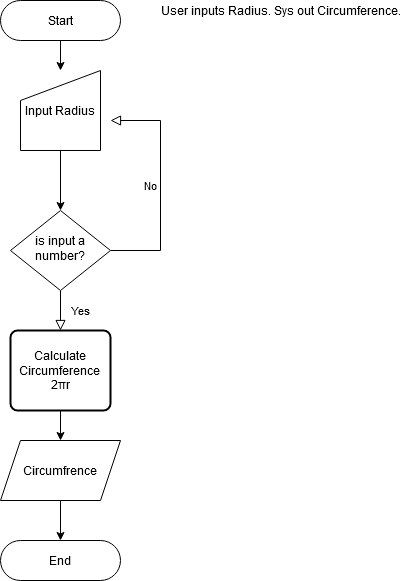
This is flowchart/Radius to circum flowchart.png from aeJ0E/Programming-Exercise-1, a draw.io export, as it was before one commit. Source tidied: cells renumbered, new cells last; positions are measured from the earlier drawing's top-left corner, leaving out a move shared by most shapes. Source of this version:
```xml
<mxGraphModel>
  <root>
    <mxCell id="0" />
    <mxCell id="1" parent="0" />
    <mxCell id="2" style="edgeStyle=orthogonalEdgeStyle;rounded=0;jettySize=auto;html=1;" parent="1" edge="1" source="3" target="10">
      <mxGeometry relative="1" as="geometry" />
    </mxCell>
    <mxCell id="3" value="Start" style="rounded=1;whiteSpace=wrap;html=1;fontSize=12;glass=0;strokeWidth=1;shadow=0;arcSize=50;" parent="1" vertex="1">
      <mxGeometry width="120" height="40" as="geometry" />
    </mxCell>
    <mxCell id="4" value="Yes" style="rounded=0;html=1;jettySize=auto;fontSize=11;endArrow=block;endFill=0;endSize=8;strokeWidth=1;shadow=0;labelBackgroundColor=none;edgeStyle=orthogonalEdgeStyle;" parent="1" edge="1" source="6">
      <mxGeometry y="20" relative="1" as="geometry">
        <mxPoint x="60" y="330" as="targetPoint" />
      </mxGeometry>
    </mxCell>
    <mxCell id="5" value="No" style="edgeStyle=orthogonalEdgeStyle;rounded=0;html=1;jettySize=auto;fontSize=11;endArrow=block;endFill=0;endSize=8;strokeWidth=1;shadow=0;labelBackgroundColor=none;" parent="1" edge="1" source="6">
      <mxGeometry y="10" relative="1" as="geometry">
        <mxPoint x="110" y="120" as="targetPoint" />
        <Array as="points">
          <mxPoint x="160" y="250" />
          <mxPoint x="160" y="120" />
        </Array>
      </mxGeometry>
    </mxCell>
    <mxCell id="6" value="is input a number?" style="rhombus;whiteSpace=wrap;html=1;shadow=0;fontFamily=Helvetica;fontSize=12;align=center;strokeWidth=1;spacing=6;spacingTop=-4;" parent="1" vertex="1">
      <mxGeometry x="10" y="210" width="100" height="80" as="geometry" />
    </mxCell>
    <mxCell id="7" value="User inputs Radius. Sys out Circumference. " style="text;html=1;align=center;verticalAlign=middle;" parent="1" vertex="1">
      <mxGeometry x="155" width="250" height="20" as="geometry" />
    </mxCell>
    <mxCell id="8" value="End" style="rounded=1;whiteSpace=wrap;html=1;fontSize=12;glass=0;strokeWidth=1;shadow=0;arcSize=50;" parent="1" vertex="1">
      <mxGeometry y="540" width="120" height="40" as="geometry" />
    </mxCell>
    <mxCell id="9" style="edgeStyle=orthogonalEdgeStyle;rounded=0;jettySize=auto;html=1;" parent="1" edge="1" source="10" target="6">
      <mxGeometry relative="1" as="geometry" />
    </mxCell>
    <mxCell id="10" value="Input Radius" style="shape=manualInput;whiteSpace=wrap;html=1;" parent="1" vertex="1">
      <mxGeometry x="20" y="70" width="80" height="80" as="geometry" />
    </mxCell>
    <mxCell id="11" style="edgeStyle=orthogonalEdgeStyle;rounded=0;jettySize=auto;html=1;" parent="1" edge="1" source="12" target="14">
      <mxGeometry relative="1" as="geometry" />
    </mxCell>
    <mxCell id="12" value="Calculate Circumference&lt;br&gt;2πr" style="rounded=1;whiteSpace=wrap;html=1;absoluteArcSize=1;arcSize=14;strokeWidth=2;" parent="1" vertex="1">
      <mxGeometry x="10" y="330" width="100" height="80" as="geometry" />
    </mxCell>
    <mxCell id="13" style="edgeStyle=orthogonalEdgeStyle;rounded=0;jettySize=auto;html=1;" parent="1" edge="1" source="14" target="8">
      <mxGeometry relative="1" as="geometry" />
    </mxCell>
    <mxCell id="14" value="Circumfrence" style="shape=parallelogram;perimeter=parallelogramPerimeter;whiteSpace=wrap;html=1;fixedSize=1;" parent="1" vertex="1">
      <mxGeometry y="440" width="120" height="60" as="geometry" />
    </mxCell>
  </root>
</mxGraphModel>
```
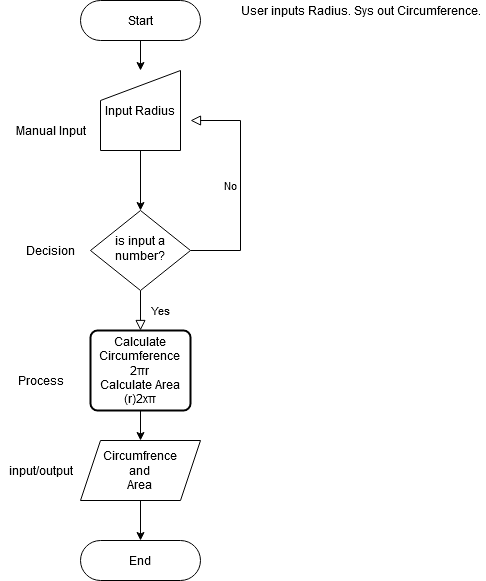
Above is the later version.

Diff of the diagram source:
```diff
@@ -40,14 +40,26 @@
     <mxCell id="11" style="edgeStyle=orthogonalEdgeStyle;rounded=0;jettySize=auto;html=1;" parent="1" edge="1" source="12" target="14">
       <mxGeometry relative="1" as="geometry" />
     </mxCell>
-    <mxCell id="12" value="Calculate Circumference&lt;br&gt;2πr" style="rounded=1;whiteSpace=wrap;html=1;absoluteArcSize=1;arcSize=14;strokeWidth=2;" parent="1" vertex="1">
+    <mxCell id="12" value="Calculate Circumference&lt;br&gt;2πr&lt;br&gt;Calculate Area &lt;br&gt;(r)2xπ" style="rounded=1;whiteSpace=wrap;html=1;absoluteArcSize=1;arcSize=14;strokeWidth=2;" parent="1" vertex="1">
       <mxGeometry x="10" y="330" width="100" height="80" as="geometry" />
     </mxCell>
     <mxCell id="13" style="edgeStyle=orthogonalEdgeStyle;rounded=0;jettySize=auto;html=1;" parent="1" edge="1" source="14" target="8">
       <mxGeometry relative="1" as="geometry" />
     </mxCell>
-    <mxCell id="14" value="Circumfrence" style="shape=parallelogram;perimeter=parallelogramPerimeter;whiteSpace=wrap;html=1;fixedSize=1;" parent="1" vertex="1">
+    <mxCell id="14" value="Circumfrence&lt;br&gt;and &lt;br&gt;Area" style="shape=parallelogram;perimeter=parallelogramPerimeter;whiteSpace=wrap;html=1;fixedSize=1;" parent="1" vertex="1">
       <mxGeometry y="440" width="120" height="60" as="geometry" />
     </mxCell>
+    <mxCell id="15" value="Manual Input" style="text;html=1;align=center;verticalAlign=middle;" parent="1" vertex="1">
+      <mxGeometry x="-70" y="120" width="80" height="20" as="geometry" />
+    </mxCell>
+    <mxCell id="16" value="Decision" style="text;html=1;align=center;verticalAlign=middle;" parent="1" vertex="1">
+      <mxGeometry x="-60" y="240" width="60" height="20" as="geometry" />
+    </mxCell>
+    <mxCell id="17" value="Process" style="text;html=1;align=center;verticalAlign=middle;" parent="1" vertex="1">
+      <mxGeometry x="-70" y="370" width="60" height="20" as="geometry" />
+    </mxCell>
+    <mxCell id="18" value="input/output" style="text;html=1;align=center;verticalAlign=middle;" parent="1" vertex="1">
+      <mxGeometry x="-80" y="460" width="80" height="20" as="geometry" />
+    </mxCell>
   </root>
 </mxGraphModel>
```
